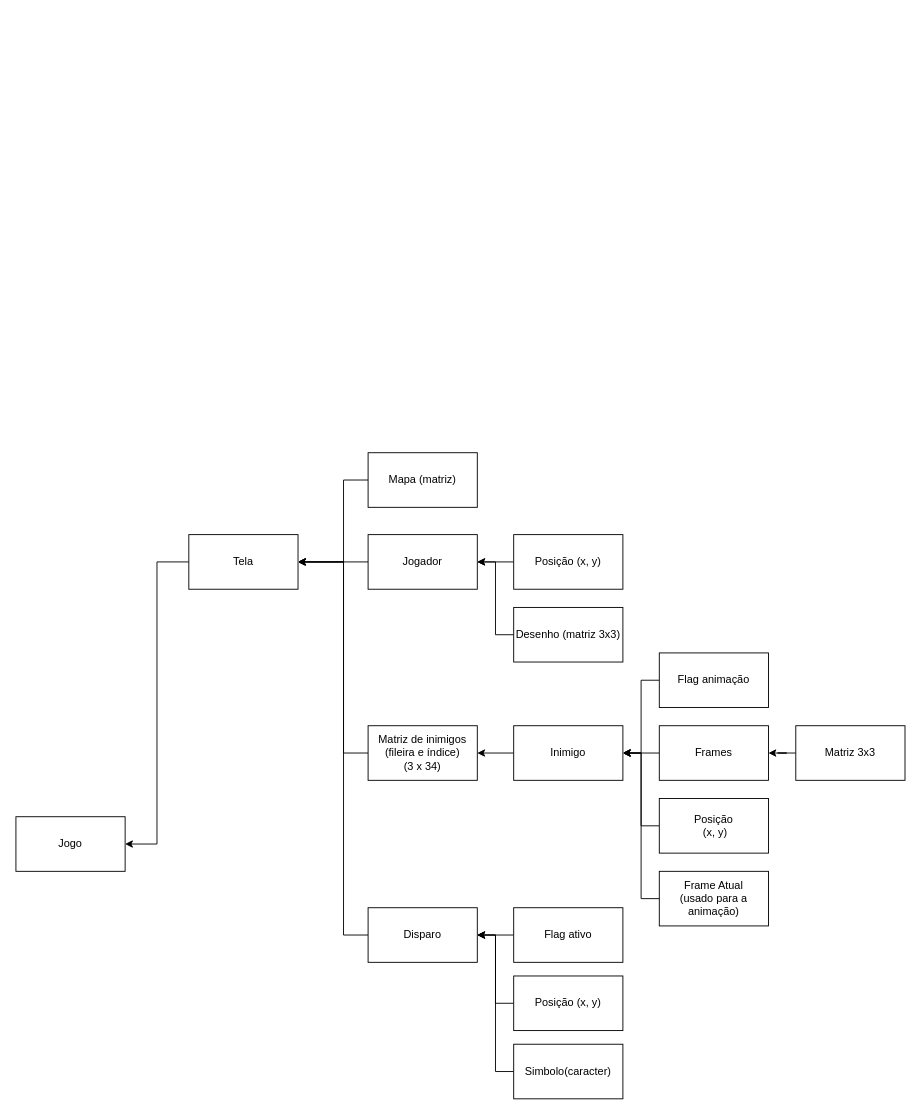
Above: implementacao/Diagrama de planejamento.drawio in vitorsoprani/trabalho_prog1 (draw.io), before the change. Source tidied: cells renumbered, new cells numbered last; positions are measured from the earlier drawing's top-left corner, leaving out a move shared by most shapes. Both pictures are drawn from the tidied source at 91%, with x=0, y=0 at pixel (15, 452).
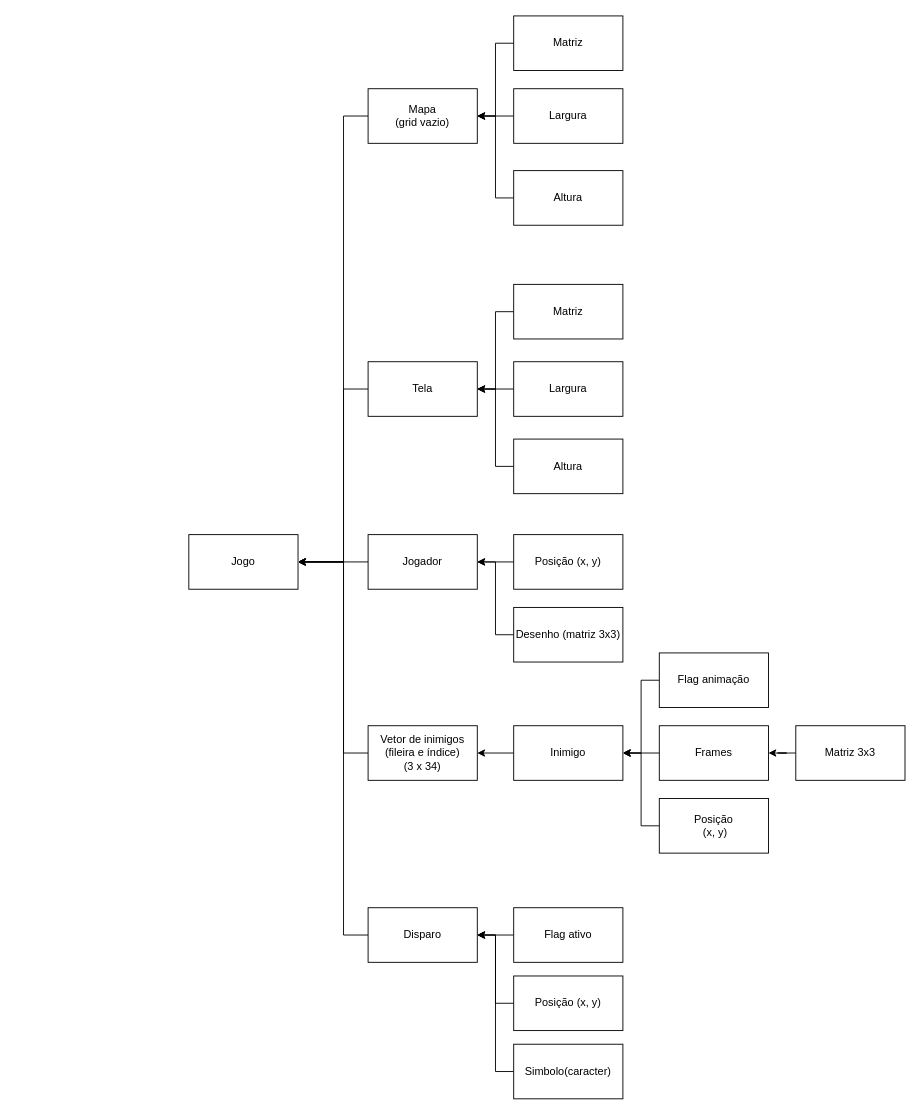
Above is the later version.

Unchanged cells that the change refers to:
```xml
<mxCell id="6" value="Jogador" style="rounded=0;whiteSpace=wrap;html=1;" parent="1" vertex="1">
  <mxGeometry x="387" y="90" width="120" height="60" as="geometry" />
</mxCell>
<mxCell id="10" value="&lt;div&gt;Inimigo&lt;/div&gt;" style="whiteSpace=wrap;html=1;" parent="1" vertex="1">
  <mxGeometry x="547" y="300" width="120" height="60" as="geometry" />
</mxCell>
<mxCell id="28" value="&lt;div&gt;Disparo&lt;/div&gt;" style="whiteSpace=wrap;html=1;" parent="1" vertex="1">
  <mxGeometry x="387" y="500" width="120" height="60" as="geometry" />
</mxCell>
```

Change to the diagram source:
```diff
@@
     <mxCell id="2" value="Jogo" style="rounded=0;whiteSpace=wrap;html=1;" parent="1" vertex="1">
-      <mxGeometry y="400" width="120" height="60" as="geometry" />
+      <mxGeometry x="190" y="90" width="120" height="60" as="geometry" />
     </mxCell>
-    <mxCell id="3" style="edgeStyle=orthogonalEdgeStyle;rounded=0;jettySize=auto;html=1;entryX=1;entryY=0.5;entryDx=0;entryDy=0;" parent="1" edge="1" source="4" target="2">
-      <mxGeometry relative="1" as="geometry" />
-    </mxCell>
-    <mxCell id="4" value="Tela" style="rounded=0;whiteSpace=wrap;html=1;" parent="1" vertex="1">
-      <mxGeometry x="190" y="90" width="120" height="60" as="geometry" />
-    </mxCell>
-    <mxCell id="5" style="edgeStyle=orthogonalEdgeStyle;rounded=0;jettySize=auto;html=1;" parent="1" edge="1" source="6" target="4">
-      <mxGeometry relative="1" as="geometry" />
+    <mxCell id="5" style="edgeStyle=orthogonalEdgeStyle;rounded=0;jettySize=auto;html=1;" parent="1" edge="1" source="6">
+      <mxGeometry relative="1" as="geometry">
+        <mxPoint x="310" y="120" as="targetPoint" />
+      </mxGeometry>
     </mxCell>
@@
-    <mxCell id="7" style="edgeStyle=orthogonalEdgeStyle;rounded=0;jettySize=auto;html=1;entryX=1;entryY=0.5;entryDx=0;entryDy=0;" parent="1" edge="1" source="8" target="4">
+    <mxCell id="7" style="edgeStyle=orthogonalEdgeStyle;rounded=0;jettySize=auto;html=1;entryX=1;entryY=0.5;entryDx=0;entryDy=0;" parent="1" edge="1" source="8">
       <mxGeometry relative="1" as="geometry">
+        <mxPoint x="310" y="120" as="targetPoint" />
         <Array as="points">
-          <mxPoint x="360" y="30" />
+          <mxPoint x="360" y="-370" />
           <mxPoint x="360" y="120" />
         </Array>
       </mxGeometry>
     </mxCell>
-    <mxCell id="8" value="Mapa (matriz)" style="rounded=0;whiteSpace=wrap;html=1;" parent="1" vertex="1">
-      <mxGeometry x="387" width="120" height="60" as="geometry" />
+    <mxCell id="8" value="&lt;div&gt;Mapa&lt;br&gt;&lt;/div&gt;&lt;div&gt;(grid vazio)&lt;br&gt;&lt;/div&gt;" style="rounded=0;whiteSpace=wrap;html=1;" parent="1" vertex="1">
+      <mxGeometry x="387" y="-400" width="120" height="60" as="geometry" />
     </mxCell>
@@
-    <mxCell id="19" style="edgeStyle=orthogonalEdgeStyle;rounded=0;jettySize=auto;html=1;entryX=1;entryY=0.5;entryDx=0;entryDy=0;" parent="1" edge="1" source="20" target="4">
+    <mxCell id="19" style="edgeStyle=orthogonalEdgeStyle;rounded=0;jettySize=auto;html=1;entryX=1;entryY=0.5;entryDx=0;entryDy=0;" parent="1" edge="1" source="20">
       <mxGeometry relative="1" as="geometry">
+        <mxPoint x="310" y="120" as="targetPoint" />
         <Array as="points">
           <mxPoint x="360" y="330" />
           <mxPoint x="360" y="120" />
         </Array>
       </mxGeometry>
     </mxCell>
-    <mxCell id="20" value="&lt;div&gt;Matriz de inimigos (fileira e índice)&lt;/div&gt;&lt;div&gt;(3 x 34)&lt;br&gt;&lt;/div&gt;" style="whiteSpace=wrap;html=1;" parent="1" vertex="1">
+    <mxCell id="20" value="&lt;div&gt;Vetor de inimigos (fileira e índice)&lt;/div&gt;&lt;div&gt;(3 x 34)&lt;br&gt;&lt;/div&gt;" style="whiteSpace=wrap;html=1;" parent="1" vertex="1">
       <mxGeometry x="387" y="300" width="120" height="60" as="geometry" />
     </mxCell>
@@
-    <mxCell id="25" style="edgeStyle=orthogonalEdgeStyle;rounded=0;jettySize=auto;html=1;entryX=1;entryY=0.5;entryDx=0;entryDy=0;" parent="1" edge="1" source="26" target="10">
-      <mxGeometry relative="1" as="geometry" />
-    </mxCell>
-    <mxCell id="26" value="&lt;div&gt;Frame Atual&lt;/div&gt;&lt;div&gt;(usado para a animação)&lt;br&gt;&lt;/div&gt;" style="whiteSpace=wrap;html=1;" parent="1" vertex="1">
-      <mxGeometry x="707" y="460" width="120" height="60" as="geometry" />
-    </mxCell>
-    <mxCell id="27" style="edgeStyle=orthogonalEdgeStyle;rounded=0;jettySize=auto;html=1;entryX=1;entryY=0.5;entryDx=0;entryDy=0;" parent="1" edge="1" source="28" target="4">
+    <mxCell id="27" style="edgeStyle=orthogonalEdgeStyle;rounded=0;jettySize=auto;html=1;entryX=1;entryY=0.5;entryDx=0;entryDy=0;" parent="1" edge="1" source="28">
       <mxGeometry relative="1" as="geometry">
+        <mxPoint x="310" y="120" as="targetPoint" />
         <Array as="points">
           <mxPoint x="360" y="530" />
           <mxPoint x="360" y="120" />
         </Array>
       </mxGeometry>
     </mxCell>
@@
+    <mxCell id="3" style="edgeStyle=orthogonalEdgeStyle;rounded=0;jettySize=auto;html=1;entryX=1;entryY=0.5;entryDx=0;entryDy=0;" parent="1" edge="1" source="4" target="2">
+      <mxGeometry relative="1" as="geometry">
+        <Array as="points">
+          <mxPoint x="360" y="-70" />
+          <mxPoint x="360" y="120" />
+        </Array>
+      </mxGeometry>
+    </mxCell>
+    <mxCell id="4" value="Tela" style="whiteSpace=wrap;html=1;" parent="1" vertex="1">
+      <mxGeometry x="387" y="-100" width="120" height="60" as="geometry" />
+    </mxCell>
+    <mxCell id="35" style="edgeStyle=orthogonalEdgeStyle;rounded=0;jettySize=auto;html=1;entryX=1;entryY=0.5;entryDx=0;entryDy=0;" parent="1" edge="1" source="36" target="8">
+      <mxGeometry relative="1" as="geometry" />
+    </mxCell>
+    <mxCell id="36" value="Matriz" style="whiteSpace=wrap;html=1;" parent="1" vertex="1">
+      <mxGeometry x="547" y="-480" width="120" height="60" as="geometry" />
+    </mxCell>
+    <mxCell id="37" style="edgeStyle=orthogonalEdgeStyle;rounded=0;jettySize=auto;html=1;entryX=1;entryY=0.5;entryDx=0;entryDy=0;" parent="1" edge="1" source="38" target="8">
+      <mxGeometry relative="1" as="geometry" />
+    </mxCell>
+    <mxCell id="38" value="Largura" style="whiteSpace=wrap;html=1;" parent="1" vertex="1">
+      <mxGeometry x="547" y="-400" width="120" height="60" as="geometry" />
+    </mxCell>
+    <mxCell id="39" style="edgeStyle=orthogonalEdgeStyle;rounded=0;jettySize=auto;html=1;entryX=1;entryY=0.5;entryDx=0;entryDy=0;" parent="1" edge="1" source="40" target="8">
+      <mxGeometry relative="1" as="geometry" />
+    </mxCell>
+    <mxCell id="40" value="Altura" style="whiteSpace=wrap;html=1;" parent="1" vertex="1">
+      <mxGeometry x="547" y="-310" width="120" height="60" as="geometry" />
+    </mxCell>
+    <mxCell id="41" style="edgeStyle=orthogonalEdgeStyle;rounded=0;jettySize=auto;html=1;entryX=1;entryY=0.5;entryDx=0;entryDy=0;" parent="1" edge="1" source="42" target="4">
+      <mxGeometry relative="1" as="geometry" />
+    </mxCell>
+    <mxCell id="42" value="Matriz" style="whiteSpace=wrap;html=1;" parent="1" vertex="1">
+      <mxGeometry x="547" y="-185" width="120" height="60" as="geometry" />
+    </mxCell>
+    <mxCell id="43" style="edgeStyle=orthogonalEdgeStyle;rounded=0;jettySize=auto;html=1;entryX=1;entryY=0.5;entryDx=0;entryDy=0;" parent="1" edge="1" source="44" target="4">
+      <mxGeometry relative="1" as="geometry" />
+    </mxCell>
+    <mxCell id="44" value="Largura" style="whiteSpace=wrap;html=1;" parent="1" vertex="1">
+      <mxGeometry x="547" y="-100" width="120" height="60" as="geometry" />
+    </mxCell>
+    <mxCell id="45" style="edgeStyle=orthogonalEdgeStyle;rounded=0;jettySize=auto;html=1;entryX=1;entryY=0.5;entryDx=0;entryDy=0;" parent="1" edge="1" source="46" target="4">
+      <mxGeometry relative="1" as="geometry" />
+    </mxCell>
+    <mxCell id="46" value="Altura" style="whiteSpace=wrap;html=1;" parent="1" vertex="1">
+      <mxGeometry x="547" y="-15" width="120" height="60" as="geometry" />
+    </mxCell>
```
